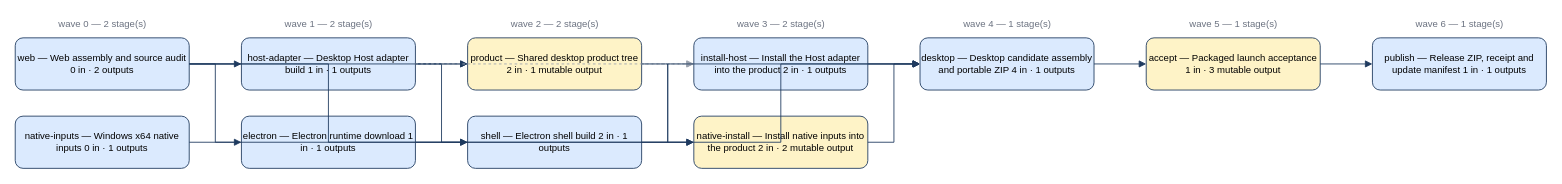
Before: docs/assets/build-pipeline-windows.drawio in ECNU/EduWork, a draw.io diagram. Source tidied: cells renumbered, new cells numbered last; positions are measured from the earlier drawing's top-left corner, leaving out a move shared by most shapes. Both pictures are drawn from the tidied source at 87%, with x=0, y=0 at pixel (15, 15).
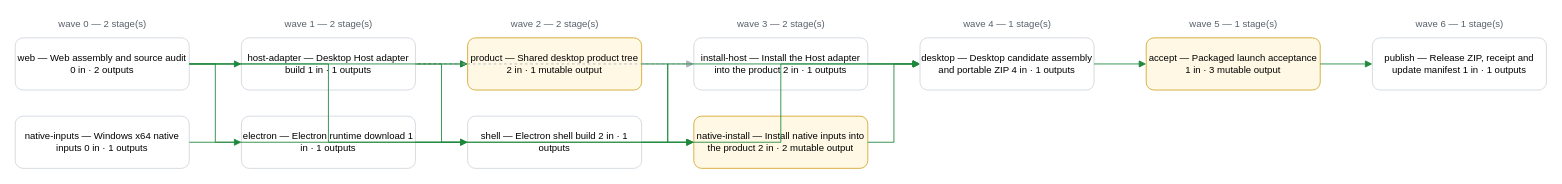
Above is the later version.

Commit message (it also covers changes not shown here):
Render the pipeline diagrams as GitHub-Actions-style SVG

Change to the diagram source:
```diff
@@
-    <mxCell id="2" value="wave 0 — 2 stage(s)" style="text;html=1;align=center;verticalAlign=middle;fontSize=11;fontColor=#6b7280;" parent="1" vertex="1">
+    <mxCell id="2" value="wave 0 — 2 stage(s)" style="text;html=1;align=center;verticalAlign=middle;fontSize=11;fontColor=#57606a;" parent="1" vertex="1">
       <mxGeometry width="200" height="20" as="geometry" />
     </mxCell>
-    <mxCell id="3" value="wave 1 — 2 stage(s)" style="text;html=1;align=center;verticalAlign=middle;fontSize=11;fontColor=#6b7280;" parent="1" vertex="1">
+    <mxCell id="3" value="wave 1 — 2 stage(s)" style="text;html=1;align=center;verticalAlign=middle;fontSize=11;fontColor=#57606a;" parent="1" vertex="1">
       <mxGeometry x="260" width="200" height="20" as="geometry" />
     </mxCell>
-    <mxCell id="4" value="wave 2 — 2 stage(s)" style="text;html=1;align=center;verticalAlign=middle;fontSize=11;fontColor=#6b7280;" parent="1" vertex="1">
+    <mxCell id="4" value="wave 2 — 2 stage(s)" style="text;html=1;align=center;verticalAlign=middle;fontSize=11;fontColor=#57606a;" parent="1" vertex="1">
       <mxGeometry x="520" width="200" height="20" as="geometry" />
     </mxCell>
-    <mxCell id="5" value="wave 3 — 2 stage(s)" style="text;html=1;align=center;verticalAlign=middle;fontSize=11;fontColor=#6b7280;" parent="1" vertex="1">
+    <mxCell id="5" value="wave 3 — 2 stage(s)" style="text;html=1;align=center;verticalAlign=middle;fontSize=11;fontColor=#57606a;" parent="1" vertex="1">
       <mxGeometry x="780" width="200" height="20" as="geometry" />
     </mxCell>
-    <mxCell id="6" value="wave 4 — 1 stage(s)" style="text;html=1;align=center;verticalAlign=middle;fontSize=11;fontColor=#6b7280;" parent="1" vertex="1">
+    <mxCell id="6" value="wave 4 — 1 stage(s)" style="text;html=1;align=center;verticalAlign=middle;fontSize=11;fontColor=#57606a;" parent="1" vertex="1">
       <mxGeometry x="1040" width="200" height="20" as="geometry" />
     </mxCell>
-    <mxCell id="7" value="wave 5 — 1 stage(s)" style="text;html=1;align=center;verticalAlign=middle;fontSize=11;fontColor=#6b7280;" parent="1" vertex="1">
+    <mxCell id="7" value="wave 5 — 1 stage(s)" style="text;html=1;align=center;verticalAlign=middle;fontSize=11;fontColor=#57606a;" parent="1" vertex="1">
       <mxGeometry x="1300" width="200" height="20" as="geometry" />
     </mxCell>
-    <mxCell id="8" value="wave 6 — 1 stage(s)" style="text;html=1;align=center;verticalAlign=middle;fontSize=11;fontColor=#6b7280;" parent="1" vertex="1">
+    <mxCell id="8" value="wave 6 — 1 stage(s)" style="text;html=1;align=center;verticalAlign=middle;fontSize=11;fontColor=#57606a;" parent="1" vertex="1">
       <mxGeometry x="1560" width="200" height="20" as="geometry" />
     </mxCell>
-    <mxCell id="9" value="web — Web assembly and source audit 0 in · 2 outputs" style="rounded=1;whiteSpace=wrap;html=1;fillColor=#dbeafe;strokeColor=#1e3a5f;fontSize=11;" parent="1" vertex="1">
+    <mxCell id="9" value="web — Web assembly and source audit 0 in · 2 outputs" style="rounded=1;whiteSpace=wrap;html=1;fillColor=#ffffff;strokeColor=#d0d7de;fontSize=11;" parent="1" vertex="1">
       <mxGeometry y="26" width="200" height="60" as="geometry" />
     </mxCell>
-    <mxCell id="10" value="host-adapter — Desktop Host adapter build 1 in · 1 outputs" style="rounded=1;whiteSpace=wrap;html=1;fillColor=#dbeafe;strokeColor=#1e3a5f;fontSize=11;" parent="1" vertex="1">
+    <mxCell id="10" value="host-adapter — Desktop Host adapter build 1 in · 1 outputs" style="rounded=1;whiteSpace=wrap;html=1;fillColor=#ffffff;strokeColor=#d0d7de;fontSize=11;" parent="1" vertex="1">
       <mxGeometry x="260" y="26" width="200" height="60" as="geometry" />
     </mxCell>
-    <mxCell id="11" value="product — Shared desktop product tree 2 in · 1 mutable output" style="rounded=1;whiteSpace=wrap;html=1;fillColor=#fef3c7;strokeColor=#1e3a5f;fontSize=11;" parent="1" vertex="1">
+    <mxCell id="11" value="product — Shared desktop product tree 2 in · 1 mutable output" style="rounded=1;whiteSpace=wrap;html=1;fillColor=#fff8e5;strokeColor=#d4a72c;fontSize=11;" parent="1" vertex="1">
       <mxGeometry x="520" y="26" width="200" height="60" as="geometry" />
     </mxCell>
-    <mxCell id="12" value="electron — Electron runtime download 1 in · 1 outputs" style="rounded=1;whiteSpace=wrap;html=1;fillColor=#dbeafe;strokeColor=#1e3a5f;fontSize=11;" parent="1" vertex="1">
+    <mxCell id="12" value="electron — Electron runtime download 1 in · 1 outputs" style="rounded=1;whiteSpace=wrap;html=1;fillColor=#ffffff;strokeColor=#d0d7de;fontSize=11;" parent="1" vertex="1">
       <mxGeometry x="260" y="116" width="200" height="60" as="geometry" />
     </mxCell>
-    <mxCell id="13" value="shell — Electron shell build 2 in · 1 outputs" style="rounded=1;whiteSpace=wrap;html=1;fillColor=#dbeafe;strokeColor=#1e3a5f;fontSize=11;" parent="1" vertex="1">
+    <mxCell id="13" value="shell — Electron shell build 2 in · 1 outputs" style="rounded=1;whiteSpace=wrap;html=1;fillColor=#ffffff;strokeColor=#d0d7de;fontSize=11;" parent="1" vertex="1">
       <mxGeometry x="520" y="116" width="200" height="60" as="geometry" />
     </mxCell>
-    <mxCell id="14" value="install-host — Install the Host adapter into the product 2 in · 1 outputs" style="rounded=1;whiteSpace=wrap;html=1;fillColor=#dbeafe;strokeColor=#1e3a5f;fontSize=11;" parent="1" vertex="1">
+    <mxCell id="14" value="install-host — Install the Host adapter into the product 2 in · 1 outputs" style="rounded=1;whiteSpace=wrap;html=1;fillColor=#ffffff;strokeColor=#d0d7de;fontSize=11;" parent="1" vertex="1">
       <mxGeometry x="780" y="26" width="200" height="60" as="geometry" />
     </mxCell>
-    <mxCell id="15" value="native-inputs — Windows x64 native inputs 0 in · 1 outputs" style="rounded=1;whiteSpace=wrap;html=1;fillColor=#dbeafe;strokeColor=#1e3a5f;fontSize=11;" parent="1" vertex="1">
+    <mxCell id="15" value="native-inputs — Windows x64 native inputs 0 in · 1 outputs" style="rounded=1;whiteSpace=wrap;html=1;fillColor=#ffffff;strokeColor=#d0d7de;fontSize=11;" parent="1" vertex="1">
       <mxGeometry y="116" width="200" height="60" as="geometry" />
     </mxCell>
-    <mxCell id="16" value="native-install — Install native inputs into the product 2 in · 2 mutable output" style="rounded=1;whiteSpace=wrap;html=1;fillColor=#fef3c7;strokeColor=#1e3a5f;fontSize=11;" parent="1" vertex="1">
+    <mxCell id="16" value="native-install — Install native inputs into the product 2 in · 2 mutable output" style="rounded=1;whiteSpace=wrap;html=1;fillColor=#fff8e5;strokeColor=#d4a72c;fontSize=11;" parent="1" vertex="1">
       <mxGeometry x="780" y="116" width="200" height="60" as="geometry" />
     </mxCell>
-    <mxCell id="17" value="desktop — Desktop candidate assembly and portable ZIP 4 in · 1 outputs" style="rounded=1;whiteSpace=wrap;html=1;fillColor=#dbeafe;strokeColor=#1e3a5f;fontSize=11;" parent="1" vertex="1">
+    <mxCell id="17" value="desktop — Desktop candidate assembly and portable ZIP 4 in · 1 outputs" style="rounded=1;whiteSpace=wrap;html=1;fillColor=#ffffff;strokeColor=#d0d7de;fontSize=11;" parent="1" vertex="1">
       <mxGeometry x="1040" y="26" width="200" height="60" as="geometry" />
     </mxCell>
-    <mxCell id="18" value="accept — Packaged launch acceptance 1 in · 3 mutable output" style="rounded=1;whiteSpace=wrap;html=1;fillColor=#fef3c7;strokeColor=#1e3a5f;fontSize=11;" parent="1" vertex="1">
+    <mxCell id="18" value="accept — Packaged launch acceptance 1 in · 3 mutable output" style="rounded=1;whiteSpace=wrap;html=1;fillColor=#fff8e5;strokeColor=#d4a72c;fontSize=11;" parent="1" vertex="1">
       <mxGeometry x="1300" y="26" width="200" height="60" as="geometry" />
     </mxCell>
-    <mxCell id="19" value="publish — Release ZIP, receipt and update manifest 1 in · 1 outputs" style="rounded=1;whiteSpace=wrap;html=1;fillColor=#dbeafe;strokeColor=#1e3a5f;fontSize=11;" parent="1" vertex="1">
+    <mxCell id="19" value="publish — Release ZIP, receipt and update manifest 1 in · 1 outputs" style="rounded=1;whiteSpace=wrap;html=1;fillColor=#ffffff;strokeColor=#d0d7de;fontSize=11;" parent="1" vertex="1">
       <mxGeometry x="1560" y="26" width="200" height="60" as="geometry" />
     </mxCell>
-    <mxCell id="20" style="edgeStyle=orthogonalEdgeStyle;rounded=0;html=1;strokeColor=#1e3a5f;endArrow=block;exitX=1;exitY=0.5;entryX=0;entryY=0.5;" parent="1" edge="1" source="9" target="10">
+    <mxCell id="20" style="edgeStyle=orthogonalEdgeStyle;rounded=0;html=1;strokeColor=#1f883d;endArrow=block;exitX=1;exitY=0.5;entryX=0;entryY=0.5;" parent="1" edge="1" source="9" target="10">
       <mxGeometry relative="1" as="geometry" />
     </mxCell>
-    <mxCell id="21" style="edgeStyle=orthogonalEdgeStyle;rounded=0;html=1;strokeColor=#1e3a5f;endArrow=block;exitX=1;exitY=0.5;entryX=0;entryY=0.5;" parent="1" edge="1" source="9" target="11">
+    <mxCell id="21" style="edgeStyle=orthogonalEdgeStyle;rounded=0;html=1;strokeColor=#1f883d;endArrow=block;exitX=1;exitY=0.5;entryX=0;entryY=0.5;" parent="1" edge="1" source="9" target="11">
       <mxGeometry relative="1" as="geometry" />
     </mxCell>
-    <mxCell id="22" style="edgeStyle=orthogonalEdgeStyle;rounded=0;html=1;strokeColor=#1e3a5f;endArrow=block;exitX=1;exitY=0.5;entryX=0;entryY=0.5;" parent="1" edge="1" source="10" target="11">
+    <mxCell id="22" style="edgeStyle=orthogonalEdgeStyle;rounded=0;html=1;strokeColor=#1f883d;endArrow=block;exitX=1;exitY=0.5;entryX=0;entryY=0.5;" parent="1" edge="1" source="10" target="11">
       <mxGeometry relative="1" as="geometry" />
     </mxCell>
-    <mxCell id="23" style="edgeStyle=orthogonalEdgeStyle;rounded=0;html=1;strokeColor=#1e3a5f;endArrow=block;exitX=1;exitY=0.5;entryX=0;entryY=0.5;" parent="1" edge="1" source="9" target="12">
+    <mxCell id="23" style="edgeStyle=orthogonalEdgeStyle;rounded=0;html=1;strokeColor=#1f883d;endArrow=block;exitX=1;exitY=0.5;entryX=0;entryY=0.5;" parent="1" edge="1" source="9" target="12">
       <mxGeometry relative="1" as="geometry" />
     </mxCell>
-    <mxCell id="24" style="edgeStyle=orthogonalEdgeStyle;rounded=0;html=1;strokeColor=#1e3a5f;endArrow=block;exitX=1;exitY=0.5;entryX=0;entryY=0.5;" parent="1" edge="1" source="9" target="13">
+    <mxCell id="24" style="edgeStyle=orthogonalEdgeStyle;rounded=0;html=1;strokeColor=#1f883d;endArrow=block;exitX=1;exitY=0.5;entryX=0;entryY=0.5;" parent="1" edge="1" source="9" target="13">
       <mxGeometry relative="1" as="geometry" />
     </mxCell>
-    <mxCell id="25" style="edgeStyle=orthogonalEdgeStyle;rounded=0;html=1;strokeColor=#1e3a5f;endArrow=block;exitX=1;exitY=0.5;entryX=0;entryY=0.5;" parent="1" edge="1" source="10" target="13">
+    <mxCell id="25" style="edgeStyle=orthogonalEdgeStyle;rounded=0;html=1;strokeColor=#1f883d;endArrow=block;exitX=1;exitY=0.5;entryX=0;entryY=0.5;" parent="1" edge="1" source="10" target="13">
       <mxGeometry relative="1" as="geometry" />
     </mxCell>
-    <mxCell id="26" style="edgeStyle=orthogonalEdgeStyle;rounded=0;html=1;dashed=1;strokeColor=#9ca3af;endArrow=block;exitX=1;exitY=0.5;entryX=0;entryY=0.5;" parent="1" edge="1" source="11" target="14">
+    <mxCell id="26" style="edgeStyle=orthogonalEdgeStyle;rounded=0;html=1;dashed=1;strokeColor=#afb8c1;endArrow=block;exitX=1;exitY=0.5;entryX=0;entryY=0.5;" parent="1" edge="1" source="11" target="14">
       <mxGeometry relative="1" as="geometry" />
     </mxCell>
-    <mxCell id="27" style="edgeStyle=orthogonalEdgeStyle;rounded=0;html=1;dashed=1;strokeColor=#9ca3af;endArrow=block;exitX=1;exitY=0.5;entryX=0;entryY=0.5;" parent="1" edge="1" source="10" target="14">
+    <mxCell id="27" style="edgeStyle=orthogonalEdgeStyle;rounded=0;html=1;dashed=1;strokeColor=#afb8c1;endArrow=block;exitX=1;exitY=0.5;entryX=0;entryY=0.5;" parent="1" edge="1" source="10" target="14">
       <mxGeometry relative="1" as="geometry" />
     </mxCell>
-    <mxCell id="28" style="edgeStyle=orthogonalEdgeStyle;rounded=0;html=1;strokeColor=#1e3a5f;endArrow=block;exitX=1;exitY=0.5;entryX=0;entryY=0.5;" parent="1" edge="1" source="11" target="16">
+    <mxCell id="28" style="edgeStyle=orthogonalEdgeStyle;rounded=0;html=1;strokeColor=#1f883d;endArrow=block;exitX=1;exitY=0.5;entryX=0;entryY=0.5;" parent="1" edge="1" source="11" target="16">
       <mxGeometry relative="1" as="geometry" />
     </mxCell>
-    <mxCell id="29" style="edgeStyle=orthogonalEdgeStyle;rounded=0;html=1;strokeColor=#1e3a5f;endArrow=block;exitX=1;exitY=0.5;entryX=0;entryY=0.5;" parent="1" edge="1" source="15" target="16">
+    <mxCell id="29" style="edgeStyle=orthogonalEdgeStyle;rounded=0;html=1;strokeColor=#1f883d;endArrow=block;exitX=1;exitY=0.5;entryX=0;entryY=0.5;" parent="1" edge="1" source="15" target="16">
       <mxGeometry relative="1" as="geometry" />
     </mxCell>
-    <mxCell id="30" style="edgeStyle=orthogonalEdgeStyle;rounded=0;html=1;strokeColor=#1e3a5f;endArrow=block;exitX=1;exitY=0.5;entryX=0;entryY=0.5;" parent="1" edge="1" source="13" target="17">
+    <mxCell id="30" style="edgeStyle=orthogonalEdgeStyle;rounded=0;html=1;strokeColor=#1f883d;endArrow=block;exitX=1;exitY=0.5;entryX=0;entryY=0.5;" parent="1" edge="1" source="13" target="17">
       <mxGeometry relative="1" as="geometry" />
     </mxCell>
-    <mxCell id="31" style="edgeStyle=orthogonalEdgeStyle;rounded=0;html=1;strokeColor=#1e3a5f;endArrow=block;exitX=1;exitY=0.5;entryX=0;entryY=0.5;" parent="1" edge="1" source="12" target="17">
+    <mxCell id="31" style="edgeStyle=orthogonalEdgeStyle;rounded=0;html=1;strokeColor=#1f883d;endArrow=block;exitX=1;exitY=0.5;entryX=0;entryY=0.5;" parent="1" edge="1" source="12" target="17">
       <mxGeometry relative="1" as="geometry" />
     </mxCell>
-    <mxCell id="32" style="edgeStyle=orthogonalEdgeStyle;rounded=0;html=1;strokeColor=#1e3a5f;endArrow=block;exitX=1;exitY=0.5;entryX=0;entryY=0.5;" parent="1" edge="1" source="14" target="17">
+    <mxCell id="32" style="edgeStyle=orthogonalEdgeStyle;rounded=0;html=1;strokeColor=#1f883d;endArrow=block;exitX=1;exitY=0.5;entryX=0;entryY=0.5;" parent="1" edge="1" source="14" target="17">
       <mxGeometry relative="1" as="geometry" />
     </mxCell>
-    <mxCell id="33" style="edgeStyle=orthogonalEdgeStyle;rounded=0;html=1;strokeColor=#1e3a5f;endArrow=block;exitX=1;exitY=0.5;entryX=0;entryY=0.5;" parent="1" edge="1" source="16" target="17">
+    <mxCell id="33" style="edgeStyle=orthogonalEdgeStyle;rounded=0;html=1;strokeColor=#1f883d;endArrow=block;exitX=1;exitY=0.5;entryX=0;entryY=0.5;" parent="1" edge="1" source="16" target="17">
       <mxGeometry relative="1" as="geometry" />
     </mxCell>
-    <mxCell id="34" style="edgeStyle=orthogonalEdgeStyle;rounded=0;html=1;strokeColor=#1e3a5f;endArrow=block;exitX=1;exitY=0.5;entryX=0;entryY=0.5;" parent="1" edge="1" source="17" target="18">
+    <mxCell id="34" style="edgeStyle=orthogonalEdgeStyle;rounded=0;html=1;strokeColor=#1f883d;endArrow=block;exitX=1;exitY=0.5;entryX=0;entryY=0.5;" parent="1" edge="1" source="17" target="18">
       <mxGeometry relative="1" as="geometry" />
     </mxCell>
-    <mxCell id="35" style="edgeStyle=orthogonalEdgeStyle;rounded=0;html=1;strokeColor=#1e3a5f;endArrow=block;exitX=1;exitY=0.5;entryX=0;entryY=0.5;" parent="1" edge="1" source="18" target="19">
+    <mxCell id="35" style="edgeStyle=orthogonalEdgeStyle;rounded=0;html=1;strokeColor=#1f883d;endArrow=block;exitX=1;exitY=0.5;entryX=0;entryY=0.5;" parent="1" edge="1" source="18" target="19">
       <mxGeometry relative="1" as="geometry" />
     </mxCell>
```
